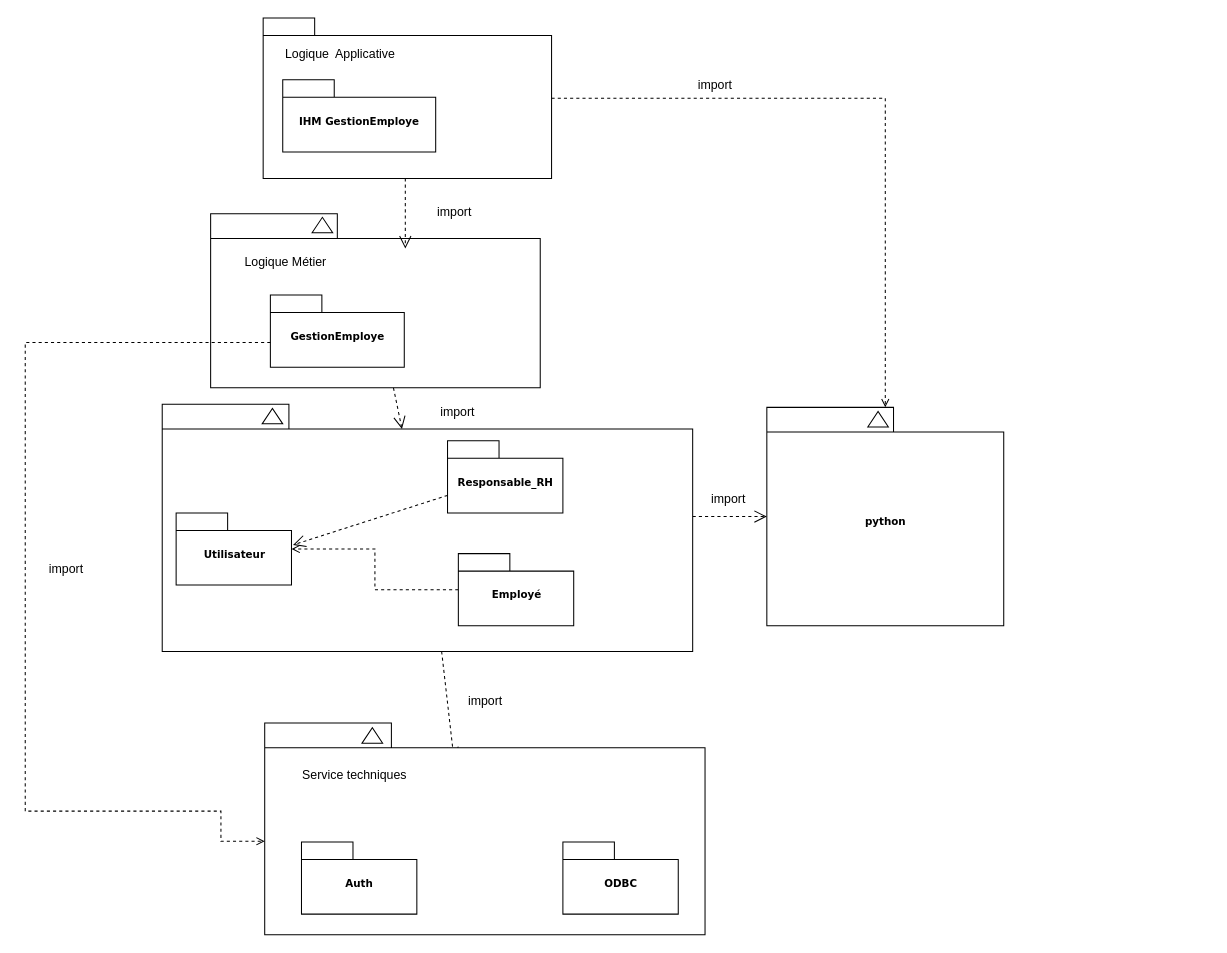
This is Diagramme sans nom.drawio from mediounieya/RH_site, a draw.io file, before an edit. Source tidied: cells renumbered, new cells numbered last; positions are measured from the earlier drawing's top-left corner, leaving out a move shared by most shapes. Both pictures are drawn from the tidied source at 103%, with x=0, y=0 at pixel (25, 18).
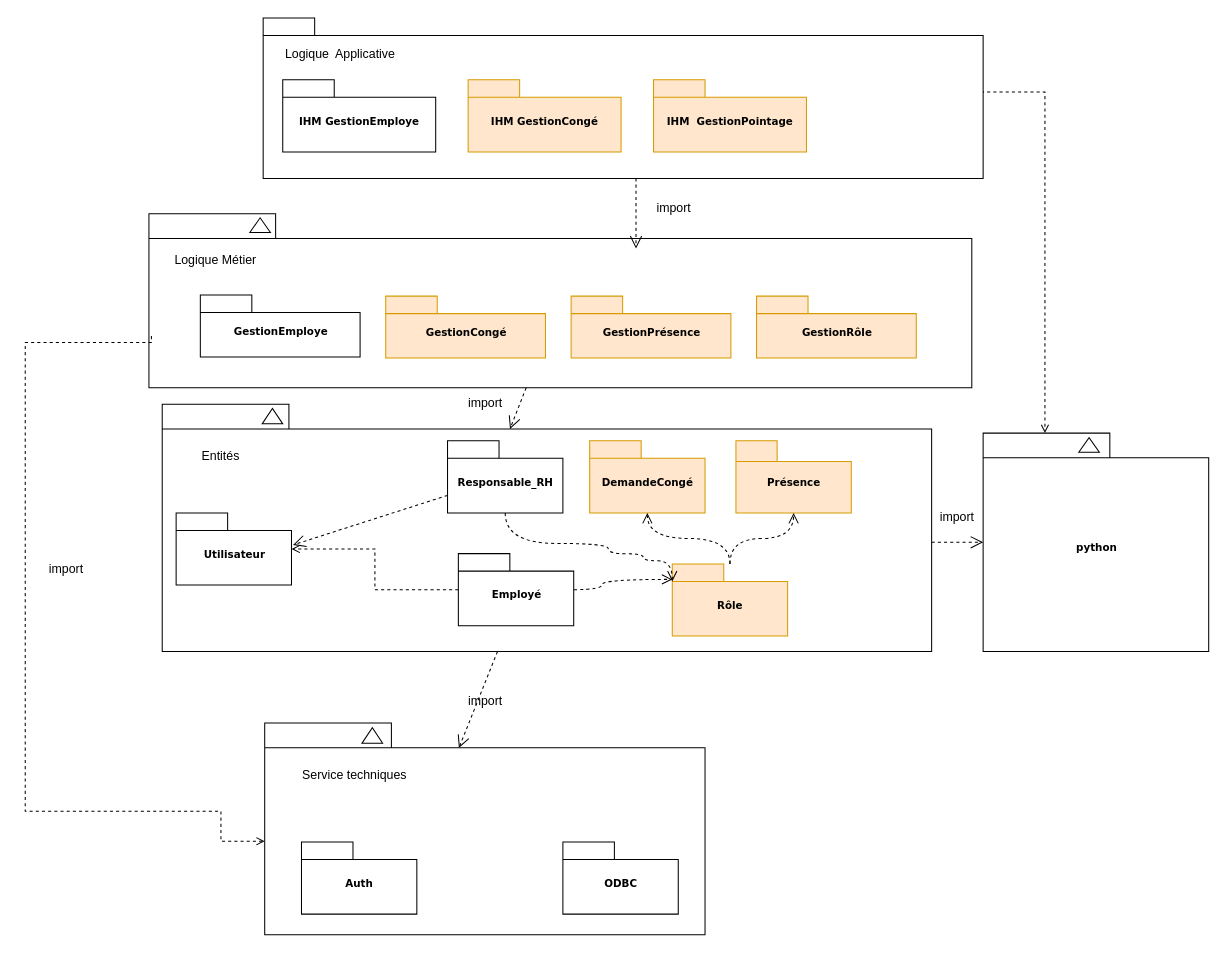
Above is the later version.

Commit message:
Mettre à jour Diagrammepackage s2.drawio

The change refers to these unchanged cells:
```xml
<mxCell id="15" value="Responsable_RH" style="shape=folder;fontStyle=1;spacingTop=10;tabWidth=50;tabHeight=17;tabPosition=left;html=1;rounded=0;shadow=0;comic=0;labelBackgroundColor=none;strokeColor=#000000;strokeWidth=1;fillColor=#ffffff;fontFamily=Verdana;fontSize=10;fontColor=#000000;align=center;" parent="1" vertex="1">
  <mxGeometry x="410" y="410.5" width="112" height="70" as="geometry" />
</mxCell>
<mxCell id="18" value="Employé" style="shape=folder;fontStyle=1;spacingTop=10;tabWidth=50;tabHeight=17;tabPosition=left;html=1;rounded=0;shadow=0;comic=0;labelBackgroundColor=none;strokeColor=#000000;strokeWidth=1;fillColor=#ffffff;fontFamily=Verdana;fontSize=10;fontColor=#000000;align=center;" parent="1" vertex="1">
  <mxGeometry x="420.5" y="520" width="112" height="70" as="geometry" />
</mxCell>
<mxCell id="19" style="shape=folder;fontStyle=1;spacingTop=10;tabWidth=123;tabHeight=24;tabPosition=left;html=1;rounded=0;shadow=0;comic=0;labelBackgroundColor=none;strokeWidth=1;fontFamily=Verdana;fontSize=10;align=center;" parent="1" vertex="1">
  <mxGeometry x="232.5" y="684.5" width="427.5" height="205.5" as="geometry" />
</mxCell>
```

The edit, as a diff of the source:
```diff
@@
     <mxCell id="2" style="group;" parent="1" vertex="1">
-      <mxGeometry x="220" y="229" width="280" height="130" as="geometry" />
+      <mxGeometry x="220" y="229" width="699" height="130" as="geometry" />
     </mxCell>
     <mxCell id="3" style="shape=folder;fontStyle=1;spacingTop=10;tabWidth=123;tabHeight=24;tabPosition=left;html=1;rounded=0;shadow=0;comic=0;labelBackgroundColor=none;strokeWidth=1;fontFamily=Verdana;fontSize=10;align=center;" parent="2" vertex="1">
-      <mxGeometry x="-40" y="-39" width="320" height="169" as="geometry" />
+      <mxGeometry x="-99.9" y="-39" width="798.9" height="169" as="geometry" />
     </mxCell>
-    <mxCell id="4" style="triangle;whiteSpace=wrap;html=1;rounded=0;shadow=0;comic=0;labelBackgroundColor=none;strokeWidth=1;fontFamily=Verdana;fontSize=10;align=center;rotation=-90;" parent="2" vertex="1">
-      <mxGeometry x="61" y="-38" width="15" height="20" as="geometry" />
-    </mxCell>
     <mxCell id="5" value="GestionEmploye" style="shape=folder;fontStyle=1;spacingTop=10;tabWidth=50;tabHeight=17;tabPosition=left;html=1;rounded=0;shadow=0;comic=0;labelBackgroundColor=none;strokeWidth=1;fontFamily=Verdana;fontSize=10;align=center;" parent="2" vertex="1">
-      <mxGeometry x="18" y="40" width="130" height="70" as="geometry" />
+      <mxGeometry x="-50" y="40" width="155.1" height="60" as="geometry" />
     </mxCell>
-    <mxCell id="6" value="Logique Métier" style="text;html=1;whiteSpace=wrap;strokeColor=none;fillColor=none;align=center;verticalAlign=middle;rounded=0;" parent="2" vertex="1">
-      <mxGeometry x="-23" y="-7" width="112" height="30" as="geometry" />
-    </mxCell>
+    <mxCell id="38" value="GestionCongé" style="shape=folder;fontStyle=1;spacingTop=10;tabWidth=50;tabHeight=17;tabPosition=left;html=1;rounded=0;shadow=0;comic=0;labelBackgroundColor=none;strokeWidth=1;fontFamily=Verdana;fontSize=10;align=center;fillColor=#ffe6cc;strokeColor=#d79b00;" parent="2" vertex="1">
+      <mxGeometry x="130" y="41" width="155.1" height="60" as="geometry" />
+    </mxCell>
+    <mxCell id="39" value="GestionPrésence" style="shape=folder;fontStyle=1;spacingTop=10;tabWidth=50;tabHeight=17;tabPosition=left;html=1;rounded=0;shadow=0;comic=0;labelBackgroundColor=none;strokeWidth=1;fontFamily=Verdana;fontSize=10;align=center;fillColor=#ffe6cc;strokeColor=#d79b00;" parent="2" vertex="1">
+      <mxGeometry x="310" y="41" width="155.1" height="60" as="geometry" />
+    </mxCell>
+    <mxCell id="40" value="GestionRôle" style="shape=folder;fontStyle=1;spacingTop=10;tabWidth=50;tabHeight=17;tabPosition=left;html=1;rounded=0;shadow=0;comic=0;labelBackgroundColor=none;strokeWidth=1;fontFamily=Verdana;fontSize=10;align=center;fillColor=#ffe6cc;strokeColor=#d79b00;" parent="2" vertex="1">
+      <mxGeometry x="490" y="41" width="155.1" height="60" as="geometry" />
+    </mxCell>
+    <mxCell id="26" value="import" style="text;html=1;whiteSpace=wrap;strokeColor=none;fillColor=none;align=center;verticalAlign=middle;rounded=0;" parent="2" vertex="1">
+      <mxGeometry x="380" y="-59" width="60" height="30" as="geometry" />
+    </mxCell>
     <mxCell id="7" style="group;" parent="1" vertex="1">
-      <mxGeometry x="720" y="378" width="230" height="212" as="geometry" />
+      <mxGeometry x="930" y="403" width="219" height="212" as="geometry" />
     </mxCell>
     <mxCell id="8" style="group;" parent="7" vertex="1">
-      <mxGeometry width="230" height="212" as="geometry" />
+      <mxGeometry width="219" height="212" as="geometry" />
     </mxCell>
     <mxCell id="9" value="python" style="shape=folder;fontStyle=1;spacingTop=10;tabWidth=123;tabHeight=24;tabPosition=left;html=1;rounded=0;shadow=0;comic=0;labelBackgroundColor=none;strokeWidth=1;fontFamily=Verdana;fontSize=10;align=center;" parent="8" vertex="1">
-      <mxGeometry width="230" height="212" as="geometry" />
+      <mxGeometry width="219" height="212" as="geometry" />
     </mxCell>
     <mxCell id="10" style="triangle;whiteSpace=wrap;html=1;rounded=0;shadow=0;comic=0;labelBackgroundColor=none;strokeWidth=1;fontFamily=Verdana;fontSize=10;align=center;rotation=-90;" parent="8" vertex="1">
-      <mxGeometry x="100.5" y="1.5" width="15" height="20" as="geometry" />
+      <mxGeometry x="95.7" y="1.5" width="14.3" height="20" as="geometry" />
     </mxCell>
-    <mxCell id="11" style="edgeStyle=none;rounded=0;html=1;entryX=0.43;entryY=0.173;entryPerimeter=0;dashed=1;labelBackgroundColor=none;startFill=0;endArrow=open;endFill=0;endSize=10;fontFamily=Verdana;fontSize=10;" parent="1" edge="1" source="13" target="19">
+    <mxCell id="11" style="edgeStyle=none;rounded=0;html=1;entryX=0.441;entryY=0.118;entryPerimeter=0;dashed=1;labelBackgroundColor=none;startFill=0;endArrow=open;endFill=0;endSize=10;fontFamily=Verdana;fontSize=10;entryDx=0;entryDy=0;" parent="1" edge="1" source="13" target="19">
       <mxGeometry relative="1" as="geometry" />
     </mxCell>
@@
     <mxCell id="13" style="shape=folder;fontStyle=1;spacingTop=10;tabWidth=123;tabHeight=24;tabPosition=left;html=1;rounded=0;shadow=0;comic=0;labelBackgroundColor=none;strokeColor=#000000;strokeWidth=1;fillColor=#ffffff;fontFamily=Verdana;fontSize=10;fontColor=#000000;align=center;" parent="1" vertex="1">
-      <mxGeometry x="133" y="375" width="515" height="240" as="geometry" />
+      <mxGeometry x="133" y="375" width="747" height="240" as="geometry" />
     </mxCell>
@@
+    <mxCell id="41" style="edgeStyle=orthogonalEdgeStyle;curved=1;rounded=0;jettySize=auto;html=1;fontSize=12;startSize=8;endSize=8;endArrow=open;endFill=0;dashed=1;" parent="1" edge="1" source="18" target="49">
+      <mxGeometry relative="1" as="geometry">
+        <Array as="points">
+          <mxPoint x="560" y="555" />
+          <mxPoint x="560" y="545" />
+        </Array>
+      </mxGeometry>
+    </mxCell>
@@
-    <mxCell id="26" value="import" style="text;html=1;whiteSpace=wrap;strokeColor=none;fillColor=none;align=center;verticalAlign=middle;rounded=0;" parent="1" vertex="1">
-      <mxGeometry x="387" y="174" width="60" height="30" as="geometry" />
-    </mxCell>
     <mxCell id="27" value="import" style="text;html=1;whiteSpace=wrap;strokeColor=none;fillColor=none;align=center;verticalAlign=middle;rounded=0;" parent="1" vertex="1">
-      <mxGeometry x="390" y="368" width="60" height="30" as="geometry" />
+      <mxGeometry x="417" y="359" width="60" height="30" as="geometry" />
     </mxCell>
@@
-    <mxCell id="29" style="edgeStyle=orthogonalEdgeStyle;rounded=0;jettySize=auto;html=1;entryX=0;entryY=0;entryDx=0;entryDy=114.75;entryPerimeter=0;dashed=1;endArrow=open;endFill=0;" parent="1" edge="1" source="5" target="19">
+    <mxCell id="29" style="edgeStyle=orthogonalEdgeStyle;rounded=0;jettySize=auto;html=1;entryX=0;entryY=0;entryDx=0;entryDy=114.75;entryPerimeter=0;dashed=1;endArrow=open;endFill=0;exitX=0.003;exitY=0.703;exitDx=0;exitDy=0;exitPerimeter=0;" parent="1" edge="1" source="3" target="19">
       <mxGeometry relative="1" as="geometry">
         <Array as="points">
+          <mxPoint x="122.5" y="315" />
           <mxPoint y="315" />
-          <mxPoint y="770" />
-          <mxPoint x="190" y="770" />
+          <mxPoint y="770.1" />
+          <mxPoint x="190" y="770.1" />
           <mxPoint x="190" y="799.3" />
         </Array>
       </mxGeometry>
     </mxCell>
@@
-    <mxCell id="31" style="edgeStyle=orthogonalEdgeStyle;rounded=0;jettySize=auto;html=1;dashed=1;endArrow=open;endFill=0;" parent="1" edge="1" source="34" target="9">
-      <mxGeometry relative="1" as="geometry" />
+    <mxCell id="31" style="edgeStyle=orthogonalEdgeStyle;rounded=0;jettySize=auto;html=1;dashed=1;endArrow=open;endFill=0;exitX=0.997;exitY=0.462;exitDx=0;exitDy=0;exitPerimeter=0;" parent="1" edge="1" source="34" target="9">
+      <mxGeometry relative="1" as="geometry">
+        <Array as="points">
+          <mxPoint x="990" y="71.9" />
+          <mxPoint x="990" y="484.1" />
+        </Array>
+      </mxGeometry>
     </mxCell>
@@
     <mxCell id="33" value="import" style="text;html=1;whiteSpace=wrap;strokeColor=none;fillColor=none;align=center;verticalAlign=middle;rounded=0;" parent="1" vertex="1">
-      <mxGeometry x="653" y="451.5" width="60" height="30" as="geometry" />
+      <mxGeometry x="875" y="470" width="60" height="30" as="geometry" />
     </mxCell>
     <mxCell id="34" style="shape=folder;fontStyle=1;spacingTop=10;tabWidth=50;tabHeight=17;tabPosition=left;html=1;rounded=0;shadow=0;comic=0;labelBackgroundColor=none;strokeWidth=1;fontFamily=Verdana;fontSize=10;align=center;" parent="1" vertex="1">
-      <mxGeometry x="231" width="280" height="155.7" as="geometry" />
+      <mxGeometry x="231" width="699" height="155.7" as="geometry" />
     </mxCell>
@@
+    <mxCell id="42" value="&lt;b&gt;IHM GestionCongé&lt;/b&gt;" style="shape=folder;fontStyle=0;spacingTop=10;tabWidth=50;tabHeight=17;tabPosition=left;html=1;rounded=0;shadow=0;comic=0;labelBackgroundColor=none;strokeColor=#d79b00;strokeWidth=1;fillColor=#ffe6cc;fontFamily=Verdana;fontSize=10;align=center;" parent="1" vertex="1">
+      <mxGeometry x="430" y="60" width="148.5" height="70" as="geometry" />
+    </mxCell>
+    <mxCell id="43" value="IHM&amp;nbsp;&amp;nbsp;GestionPointage" style="shape=folder;fontStyle=1;spacingTop=10;tabWidth=50;tabHeight=17;tabPosition=left;html=1;rounded=0;shadow=0;comic=0;labelBackgroundColor=none;strokeColor=#d79b00;strokeWidth=1;fillColor=#ffe6cc;fontFamily=Verdana;fontSize=10;align=center;" parent="1" vertex="1">
+      <mxGeometry x="610" y="60" width="148.5" height="70" as="geometry" />
+    </mxCell>
+    <mxCell id="4" style="triangle;whiteSpace=wrap;html=1;rounded=0;shadow=0;comic=0;labelBackgroundColor=none;strokeWidth=1;fontFamily=Verdana;fontSize=10;align=center;rotation=-90;" parent="1" vertex="1">
+      <mxGeometry x="220.9" y="191.1" width="14.3" height="20" as="geometry" />
+    </mxCell>
+    <mxCell id="44" value="DemandeCongé" style="shape=folder;fontStyle=1;spacingTop=10;tabWidth=50;tabHeight=17;tabPosition=left;html=1;rounded=0;shadow=0;comic=0;labelBackgroundColor=none;strokeColor=#d79b00;strokeWidth=1;fillColor=#ffe6cc;fontFamily=Verdana;fontSize=10;align=center;" parent="1" vertex="1">
+      <mxGeometry x="548" y="410.5" width="112" height="70" as="geometry" />
+    </mxCell>
+    <mxCell id="6" value="Logique Métier" style="text;html=1;whiteSpace=wrap;strokeColor=none;fillColor=none;align=center;verticalAlign=middle;rounded=0;" parent="1" vertex="1">
+      <mxGeometry x="45.4" y="220" width="279.6" height="30" as="geometry" />
+    </mxCell>
+    <mxCell id="45" value="Entités" style="text;html=1;whiteSpace=wrap;strokeColor=none;fillColor=none;align=center;verticalAlign=middle;rounded=0;" parent="1" vertex="1">
+      <mxGeometry x="50" y="410.5" width="279.6" height="30" as="geometry" />
+    </mxCell>
+    <mxCell id="46" value="Présence" style="shape=folder;fontStyle=1;spacingTop=10;tabWidth=40;tabHeight=20;tabPosition=left;html=1;rounded=0;shadow=0;comic=0;labelBackgroundColor=none;strokeColor=#d79b00;strokeWidth=1;fillColor=#ffe6cc;fontFamily=Verdana;fontSize=10;align=center;" parent="1" vertex="1">
+      <mxGeometry x="690" y="410.5" width="112" height="70" as="geometry" />
+    </mxCell>
+    <mxCell id="47" style="edgeStyle=orthogonalEdgeStyle;curved=1;rounded=0;jettySize=auto;html=1;fontSize=12;startSize=8;endSize=8;dashed=1;endArrow=open;endFill=0;" parent="1" edge="1" source="49" target="44">
+      <mxGeometry relative="1" as="geometry" />
+    </mxCell>
+    <mxCell id="48" style="edgeStyle=orthogonalEdgeStyle;curved=1;rounded=0;jettySize=auto;html=1;fontSize=12;startSize=8;endSize=8;endArrow=open;endFill=0;dashed=1;" parent="1" edge="1" source="49" target="46">
+      <mxGeometry relative="1" as="geometry" />
+    </mxCell>
+    <mxCell id="49" value="Rôle" style="shape=folder;fontStyle=1;spacingTop=10;tabWidth=50;tabHeight=17;tabPosition=left;html=1;rounded=0;shadow=0;comic=0;labelBackgroundColor=none;strokeColor=#d79b00;strokeWidth=1;fillColor=#ffe6cc;fontFamily=Verdana;fontSize=10;align=center;" parent="1" vertex="1">
+      <mxGeometry x="628.2" y="530" width="112" height="70" as="geometry" />
+    </mxCell>
+    <mxCell id="50" style="edgeStyle=orthogonalEdgeStyle;curved=1;rounded=0;jettySize=auto;html=1;entryX=0;entryY=0;entryDx=0;entryDy=17;entryPerimeter=0;fontSize=12;startSize=8;endSize=8;endArrow=open;endFill=0;dashed=1;" parent="1" edge="1" source="15" target="49">
+      <mxGeometry relative="1" as="geometry">
+        <Array as="points">
+          <mxPoint x="466" y="510.1" />
+          <mxPoint x="566" y="510.1" />
+          <mxPoint x="566" y="520.1" />
+          <mxPoint x="600" y="520.1" />
+          <mxPoint x="600" y="527" />
+        </Array>
+      </mxGeometry>
+    </mxCell>
```
